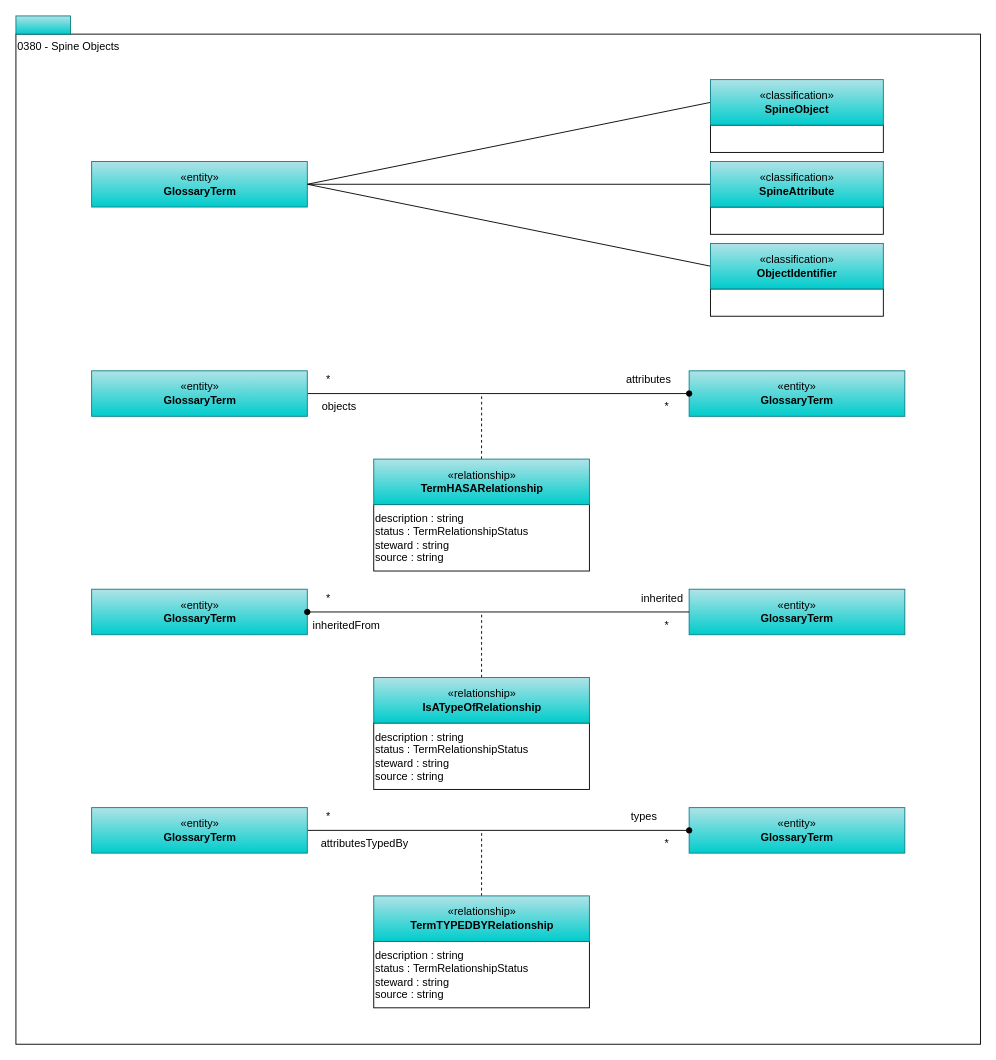
Before: page "0380-Spine-Objects" (10 of 14) of site/docs/types/3/area-3-glossary.drawio in odpi/egeria-docs, a draw.io diagram. Source tidied: cells renumbered, new cells numbered last; positions are measured from the earlier drawing's top-left corner, leaving out a move shared by most shapes. Both pictures are drawn from the tidied source at 91%, with x=0, y=0 at pixel (15, 15).
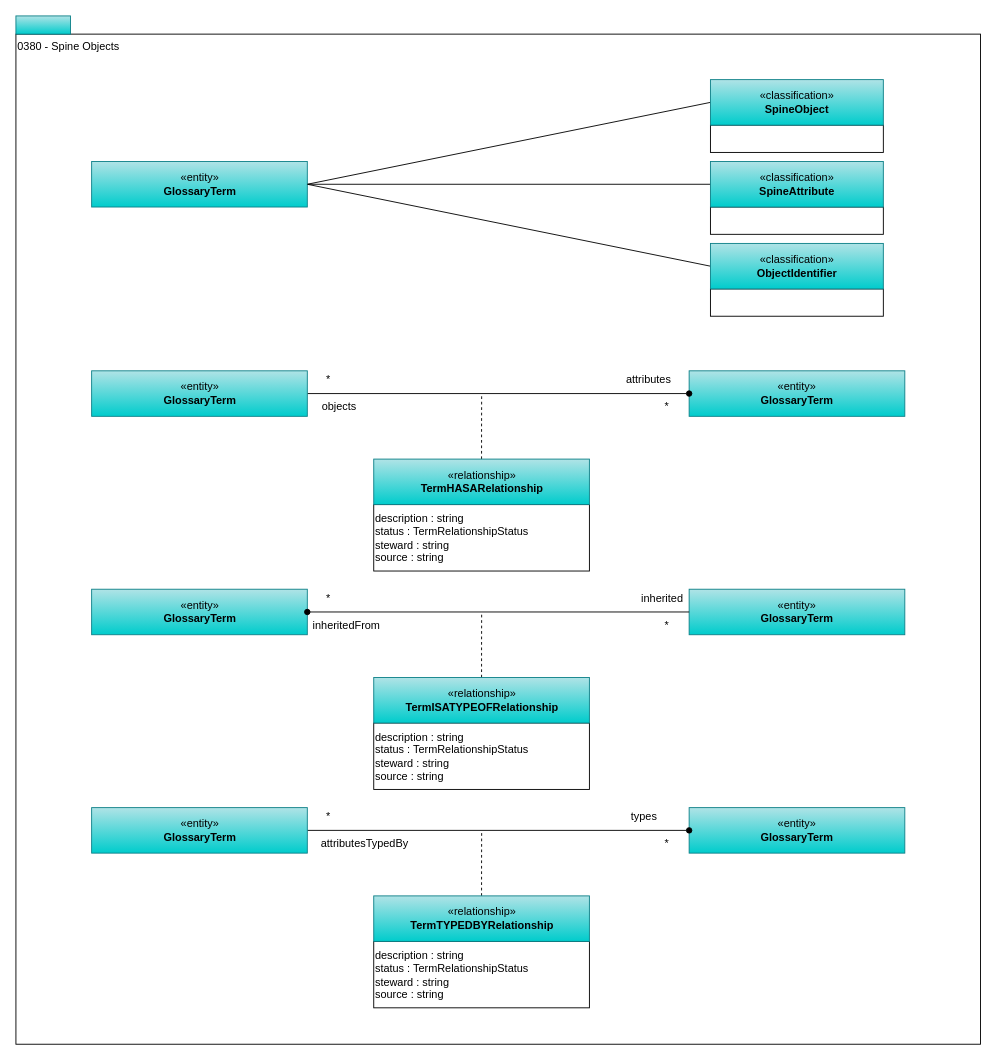
The same diagram, later.

The edit, as a diff of the source:
```diff
@@
-    <mxCell id="27" value="«relationship»&lt;br&gt;&lt;b&gt;IsATypeOfRelationship&lt;/b&gt;" style="html=1;strokeColor=#0e8088;align=center;fillColor=#b0e3e6;gradientColor=#00CCCC;" parent="1" vertex="1">
+    <mxCell id="27" value="«relationship»&lt;br&gt;&lt;b&gt;TermISATYPEOFRelationship&lt;/b&gt;" style="html=1;strokeColor=#0e8088;align=center;fillColor=#b0e3e6;gradientColor=#00CCCC;" parent="1" vertex="1">
       <mxGeometry x="393.2" y="727" width="237" height="50" as="geometry" />
     </mxCell>
```
